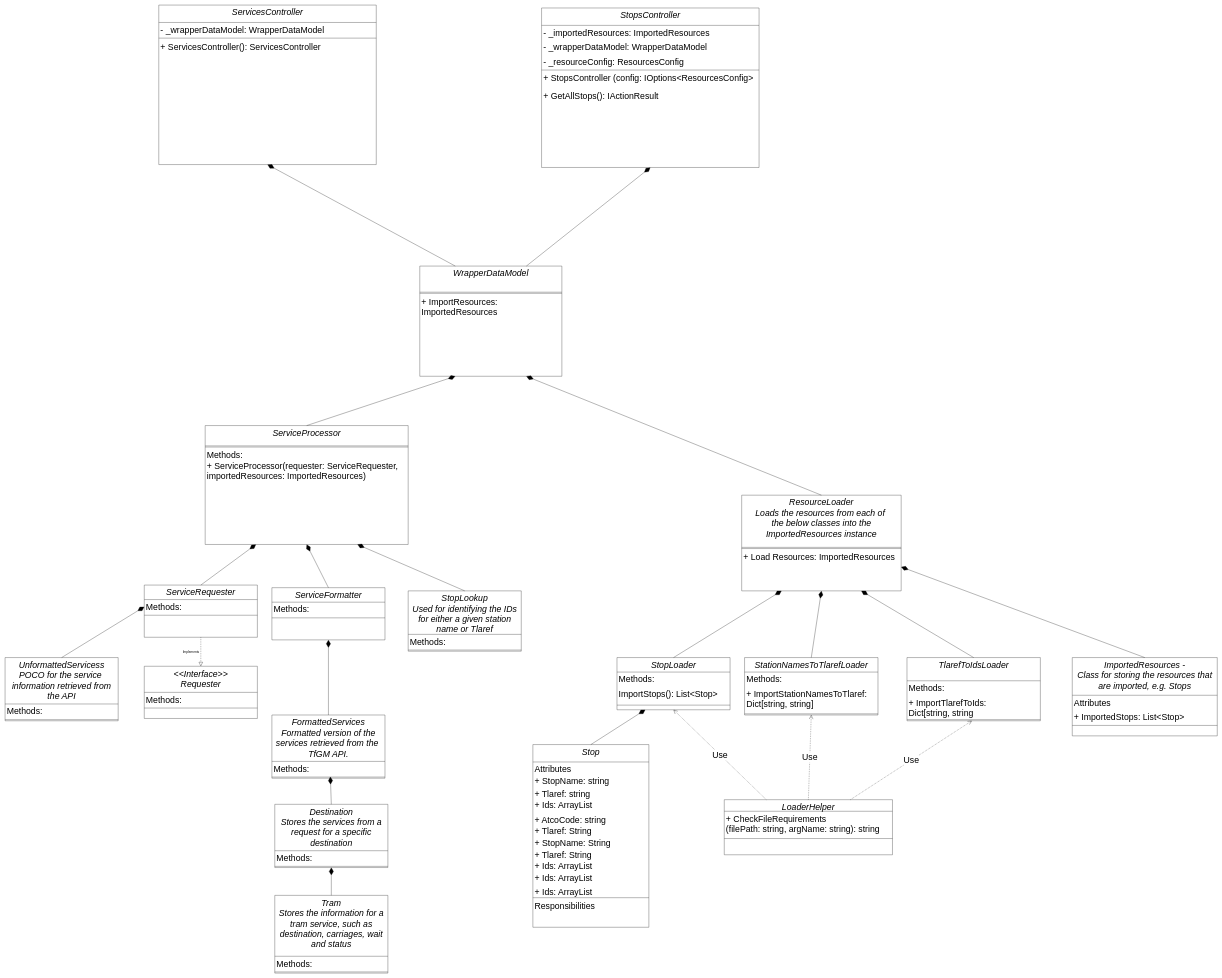
Before: Documentation/TfGM-API-Wrapper.drawio in dave-t-c/TfGM-API-Wrapper, a draw.io diagram. Source tidied: cells renumbered, new cells numbered last; positions are measured from the earlier drawing's top-left corner, leaving out a move shared by most shapes. Both pictures are drawn from the tidied source at 29%, with x=0, y=0 at pixel (5, 5).
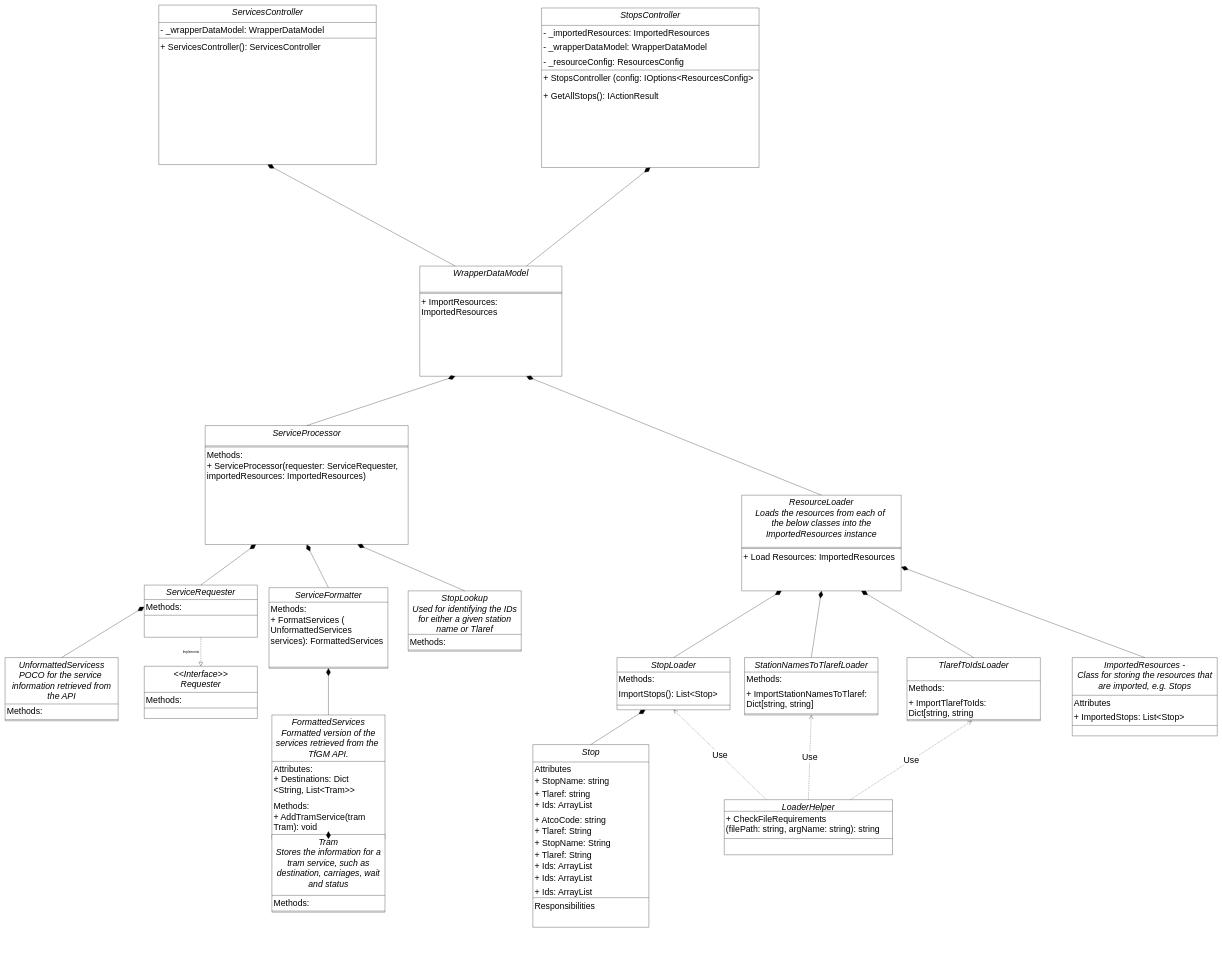
The same page after the edit.

Commit message:
Remove destination from UML and add services to FormattedServices instead.

What changed in the source:
```diff
@@
     <mxCell id="70" value="ServiceFormatter" style="swimlane;fontStyle=2;align=center;verticalAlign=top;horizontal=1;startSize=50;rounded=0;shadow=0;strokeWidth=1;fontSize=30;" parent="1" vertex="1">
-      <mxGeometry x="920" y="2009" width="390" height="180" as="geometry" />
+      <mxGeometry x="910" y="2009" width="410" height="278" as="geometry" />
     </mxCell>
-    <mxCell id="71" value="Methods:" style="text;align=left;verticalAlign=top;spacingLeft=4;spacingRight=4;overflow=hidden;fontSize=30;" parent="70" vertex="1">
-      <mxGeometry y="50" width="390" height="50" as="geometry" />
+    <mxCell id="71" value="Methods:&#10;+ FormatServices (&#10;UnformattedServices &#10;services): FormattedServices" style="text;align=left;verticalAlign=top;spacingLeft=4;spacingRight=4;overflow=hidden;fontSize=30;" parent="70" vertex="1">
+      <mxGeometry y="50" width="410" height="220" as="geometry" />
     </mxCell>
     <mxCell id="72" style="line;html=1;strokeWidth=1;align=left;verticalAlign=middle;spacingTop=-1;spacingLeft=3;spacingRight=3;labelPosition=right;fontSize=30;" parent="70" vertex="1">
-      <mxGeometry y="100" width="390" height="8" as="geometry" />
+      <mxGeometry y="270" width="410" height="8" as="geometry" />
     </mxCell>
     <mxCell id="73" value="FormattedServices&#10;Formatted version of the&#10;services retrieved from the &#10;TfGM API." style="swimlane;fontStyle=2;align=center;verticalAlign=top;horizontal=1;startSize=160;rounded=0;shadow=0;strokeWidth=1;fontSize=30;" parent="1" vertex="1">
-      <mxGeometry x="920" y="2448" width="390" height="218" as="geometry" />
+      <mxGeometry x="920" y="2448" width="390" height="428" as="geometry" />
     </mxCell>
+    <mxCell id="100" value="Attributes:&#10;+ Destinations: Dict &#10;&lt;String, List&lt;Tram&gt;&gt;" style="text;align=left;verticalAlign=top;spacingLeft=4;spacingRight=4;overflow=hidden;fontSize=30;" parent="73" vertex="1">
+      <mxGeometry y="160" width="390" height="130" as="geometry" />
+    </mxCell>
-    <mxCell id="74" value="Methods:" style="text;align=left;verticalAlign=top;spacingLeft=4;spacingRight=4;overflow=hidden;fontSize=30;" parent="73" vertex="1">
-      <mxGeometry y="160" width="390" height="50" as="geometry" />
+    <mxCell id="74" value="Methods:&#10;+ AddTramService(tram &#10;Tram): void&#10;" style="text;align=left;verticalAlign=top;spacingLeft=4;spacingRight=4;overflow=hidden;fontSize=30;" parent="73" vertex="1">
+      <mxGeometry y="290" width="390" height="130" as="geometry" />
     </mxCell>
     <mxCell id="75" style="line;html=1;strokeWidth=1;align=left;verticalAlign=middle;spacingTop=-1;spacingLeft=3;spacingRight=3;labelPosition=right;points=[];portConstraint=eastwest;fontSize=30;" parent="73" vertex="1">
-      <mxGeometry y="210" width="390" height="8" as="geometry" />
+      <mxGeometry y="420" width="390" height="8" as="geometry" />
     </mxCell>
@@
-    <mxCell id="92" value="Destination&#10;Stores the services from a &#10;request for a specific&#10;destination" style="swimlane;fontStyle=2;align=center;verticalAlign=top;horizontal=1;startSize=160;rounded=0;shadow=0;strokeWidth=1;fontSize=30;" parent="1" vertex="1">
-      <mxGeometry x="930" y="2756" width="390" height="218" as="geometry" />
-    </mxCell>
-    <mxCell id="93" value="Methods:" style="text;align=left;verticalAlign=top;spacingLeft=4;spacingRight=4;overflow=hidden;fontSize=30;" parent="92" vertex="1">
-      <mxGeometry y="160" width="390" height="50" as="geometry" />
-    </mxCell>
-    <mxCell id="94" style="line;html=1;strokeWidth=1;align=left;verticalAlign=middle;spacingTop=-1;spacingLeft=3;spacingRight=3;labelPosition=right;fontSize=30;" parent="92" vertex="1">
-      <mxGeometry y="210" width="390" height="8" as="geometry" />
-    </mxCell>
-    <mxCell id="95" style="endArrow=diamondThin;endFill=1;endSize=24;html=1;rounded=0;fontSize=30;entryX=0.517;entryY=0.341;entryDx=0;entryDy=0;exitX=0.5;exitY=0;exitDx=0;exitDy=0;entryPerimeter=0;" parent="1" edge="1" source="92" target="75">
-      <mxGeometry relative="1" as="geometry" />
-    </mxCell>
     <mxCell id="96" value="Tram&#10;Stores the information for a&#10;tram service, such as&#10;destination, carriages, wait &#10;and status" style="swimlane;fontStyle=2;align=center;verticalAlign=top;horizontal=1;startSize=210;rounded=0;shadow=0;strokeWidth=1;fontSize=30;" parent="1" vertex="1">
-      <mxGeometry x="930" y="3070" width="390" height="268" as="geometry" />
+      <mxGeometry x="920" y="2860" width="390" height="268" as="geometry" />
     </mxCell>
@@
-    <mxCell id="99" style="endArrow=diamondThin;endFill=1;endSize=24;html=1;rounded=0;fontSize=30;exitX=0.5;exitY=0;exitDx=0;exitDy=0;" parent="1" edge="1" source="96" target="92">
+    <mxCell id="99" style="endArrow=diamondThin;endFill=1;endSize=24;html=1;rounded=0;fontSize=30;exitX=0.5;exitY=0;exitDx=0;exitDy=0;entryX=0.5;entryY=1;entryDx=0;entryDy=0;" parent="1" edge="1" source="96" target="73">
       <mxGeometry relative="1" as="geometry" />
     </mxCell>
```
